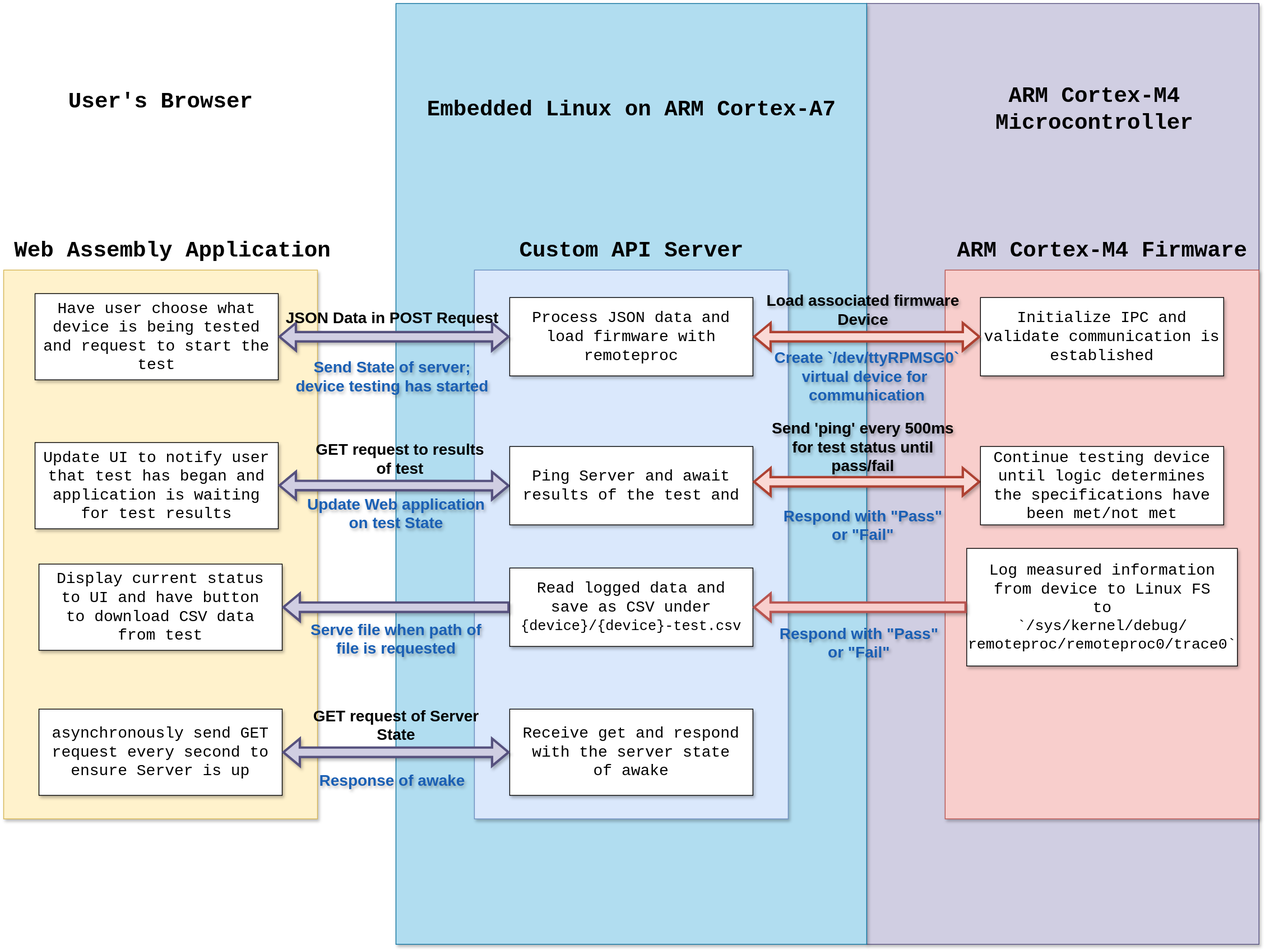
Before: assets/software_stack.drawio.svg, a diagram exported from draw.io (DMGDy/SeniorDesign-FinalReport). Source tidied: cells renumbered, new cells last; positions are measured from the earlier drawing's top-left corner, leaving out a move shared by most shapes.
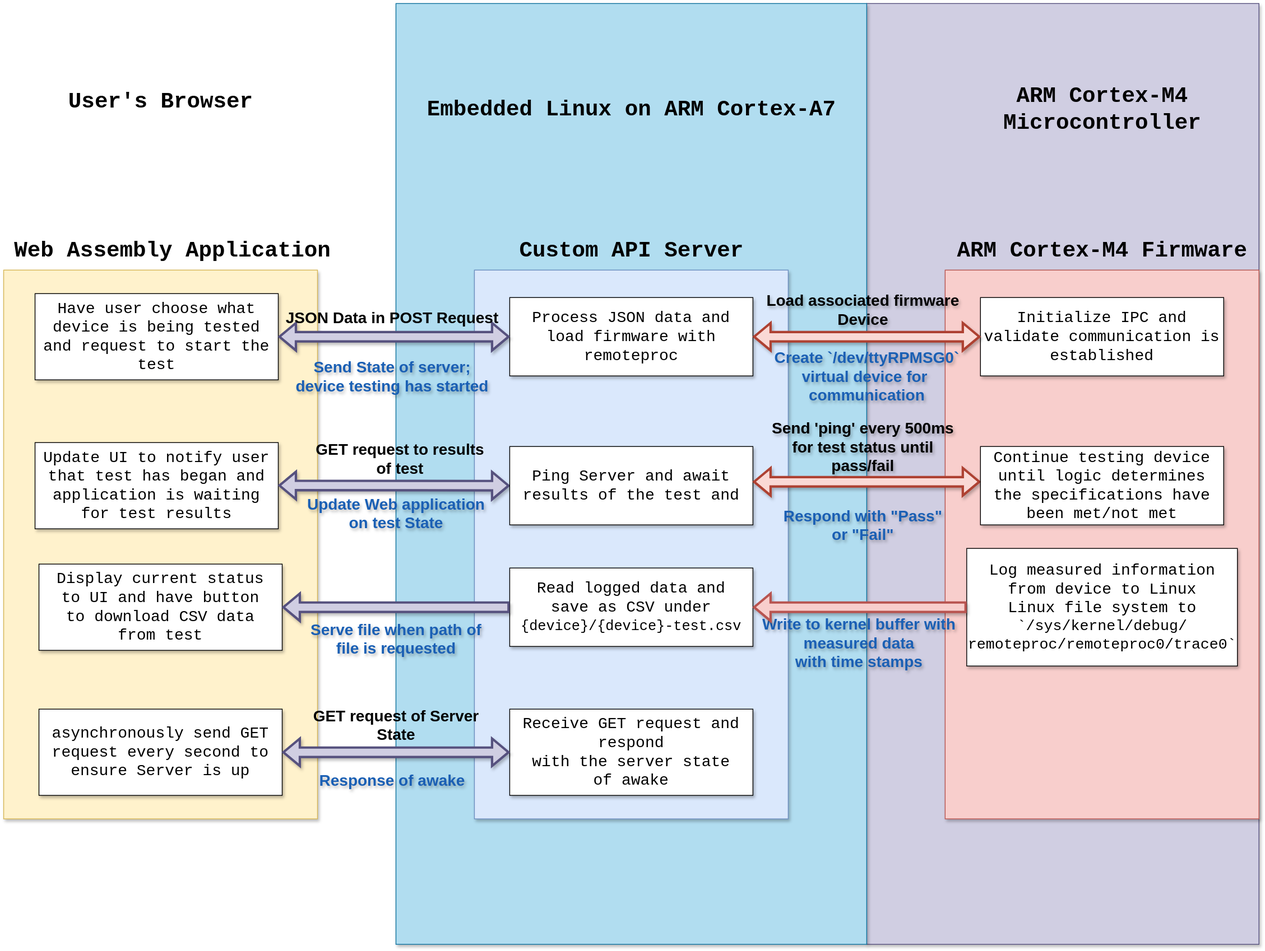
Later version of the same file.

Diff of the diagram source:
```diff
@@ -30,7 +30,7 @@
       <mxGeometry x="530" y="110" width="540" height="50" as="geometry" />
     </mxCell>
     <mxCell id="11" value="&lt;font style=&quot;font-size: 28px;&quot;&gt;ARM Cortex-M4 &lt;br&gt;Microcontroller&lt;br&gt;&lt;/font&gt;" style="text;html=1;align=center;verticalAlign=middle;strokeColor=none;fillColor=none;fontFamily=Courier New;fontStyle=1;shadow=1;" parent="1" vertex="1">
-      <mxGeometry x="1250" y="95" width="280" height="80" as="geometry" />
+      <mxGeometry x="1260" y="95" width="280" height="80" as="geometry" />
     </mxCell>
     <mxCell id="12" value="&lt;font style=&quot;font-size: 28px;&quot;&gt;User's Browser &lt;/font&gt;" style="text;html=1;align=center;verticalAlign=middle;strokeColor=none;fillColor=none;fontFamily=Courier New;fontStyle=1;shadow=1;" parent="1" vertex="1">
       <mxGeometry x="70" y="100" width="260" height="50" as="geometry" />
@@ -94,7 +94,7 @@
     <mxCell id="30" value="Update Web application&lt;br&gt;on test State" style="text;html=1;align=center;verticalAlign=middle;strokeColor=none;fillColor=none;fontSize=20;fontColor=#1a5fb4;labelBackgroundColor=none;fontStyle=1;textShadow=1;shadow=1;" parent="1" vertex="1">
       <mxGeometry x="380" y="620" width="240" height="60" as="geometry" />
     </mxCell>
-    <mxCell id="31" value="Log measured information from device to Linux FS&lt;br&gt;&lt;div&gt;to&lt;/div&gt;&lt;div style=&quot;font-size: 19px;&quot;&gt;&lt;font style=&quot;font-size: 19px;&quot;&gt;`/sys/kernel/debug/&lt;/font&gt;&lt;/div&gt;&lt;div style=&quot;font-size: 19px;&quot;&gt;&lt;font style=&quot;font-size: 19px;&quot;&gt;remoteproc/remoteproc0/trace0&lt;/font&gt;`&lt;/div&gt;" style="whiteSpace=wrap;html=1;fontSize=20;fontFamily=Courier New;shadow=1;" parent="1" vertex="1">
+    <mxCell id="31" value="Log measured information from device to Linux&lt;br&gt;&lt;div&gt;Linux file system to&lt;/div&gt;&lt;div style=&quot;font-size: 19px;&quot;&gt;&lt;font style=&quot;font-size: 19px;&quot;&gt;`/sys/kernel/debug/&lt;/font&gt;&lt;/div&gt;&lt;div style=&quot;font-size: 19px;&quot;&gt;&lt;font style=&quot;font-size: 19px;&quot;&gt;remoteproc/remoteproc0/trace0&lt;/font&gt;`&lt;/div&gt;" style="whiteSpace=wrap;html=1;fontSize=20;fontFamily=Courier New;shadow=1;" parent="1" vertex="1">
       <mxGeometry x="1227.5" y="695" width="345" height="150" as="geometry" />
     </mxCell>
     <mxCell id="32" value="&lt;div&gt;Read logged data and &lt;br&gt;&lt;/div&gt;&lt;div&gt;save as CSV under&lt;br&gt;&lt;font style=&quot;font-size: 18px;&quot;&gt;{device}/{device}-test.csv&lt;/font&gt;&lt;br&gt;&lt;/div&gt;" style="whiteSpace=wrap;html=1;fontSize=20;fontFamily=Courier New;shadow=1;" parent="1" vertex="1">
@@ -103,8 +103,8 @@
     <mxCell id="33" value="Display current status&lt;br&gt;to UI and have button&lt;br&gt;&lt;div&gt;to download CSV data&lt;/div&gt;&lt;div&gt;from test&lt;br&gt;&lt;/div&gt;" style="whiteSpace=wrap;html=1;fontSize=20;fontFamily=Courier New;shadow=1;" parent="1" vertex="1">
       <mxGeometry x="45" y="715" width="310" height="110" as="geometry" />
     </mxCell>
-    <mxCell id="34" value="Respond with &quot;Pass&quot;&lt;br&gt;or &quot;Fail&quot;" style="text;html=1;align=center;verticalAlign=middle;fontSize=20;labelBackgroundColor=none;fontStyle=1;textShadow=1;fontColor=#1a5fb4;shadow=1;" parent="1" vertex="1">
-      <mxGeometry x="985" y="785" width="210" height="60" as="geometry" />
+    <mxCell id="34" value="Write to kernel buffer with&lt;br&gt;measured data&lt;br&gt;with time stamps" style="text;html=1;align=center;verticalAlign=middle;fontSize=20;labelBackgroundColor=none;fontStyle=1;textShadow=1;fontColor=#1a5fb4;shadow=1;" parent="1" vertex="1">
+      <mxGeometry x="965" y="770" width="250" height="90" as="geometry" />
     </mxCell>
     <mxCell id="35" style="shape=flexArrow;endArrow=classic;html=1;rounded=0;entryX=1;entryY=0.5;entryDx=0;entryDy=0;exitX=0;exitY=0.5;exitDx=0;exitDy=0;strokeWidth=3;fillColor=#f8cecc;strokeColor=#b85450;shadow=1;" parent="1" edge="1" source="31" target="32">
       <mxGeometry relative="1" as="geometry" />
@@ -118,7 +118,7 @@
     <mxCell id="38" value="asynchronously send GET&lt;br&gt;request every second to &lt;br&gt;ensure Server is up" style="whiteSpace=wrap;html=1;fontSize=20;fontFamily=Courier New;shadow=1;" parent="1" vertex="1">
       <mxGeometry x="45" y="900" width="310" height="110" as="geometry" />
     </mxCell>
-    <mxCell id="39" value="Receive get and respond&lt;br&gt;with the server state &lt;br&gt;of awake" style="whiteSpace=wrap;html=1;fontSize=20;fontFamily=Courier New;shadow=1;" parent="1" vertex="1">
+    <mxCell id="39" value="Receive GET request and respond&lt;br&gt;with the server state &lt;br&gt;of awake" style="whiteSpace=wrap;html=1;fontSize=20;fontFamily=Courier New;shadow=1;" parent="1" vertex="1">
       <mxGeometry x="645" y="900" width="310" height="110" as="geometry" />
     </mxCell>
     <mxCell id="40" style="shape=flexArrow;endArrow=classic;startArrow=classic;html=1;rounded=0;exitX=1;exitY=0.5;exitDx=0;exitDy=0;strokeWidth=3;fillColor=#d0cee2;strokeColor=#56517e;entryX=0;entryY=0.5;entryDx=0;entryDy=0;shadow=1;" parent="1" edge="1" source="38" target="39">
```
